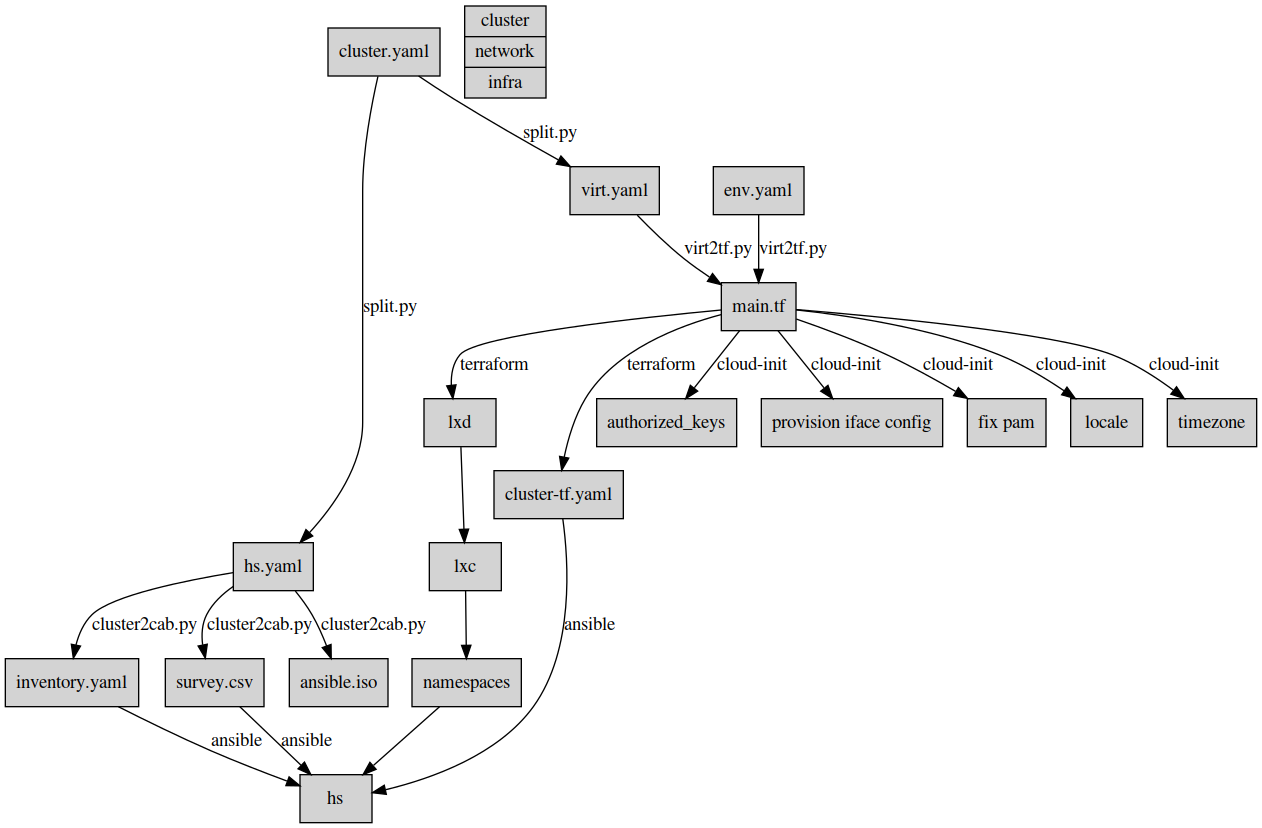
The Graphviz diagram cc.png in jmfrank63/cloudian-ansible-baremetal, before a commit. Its source is kept beside it as cc.dot.
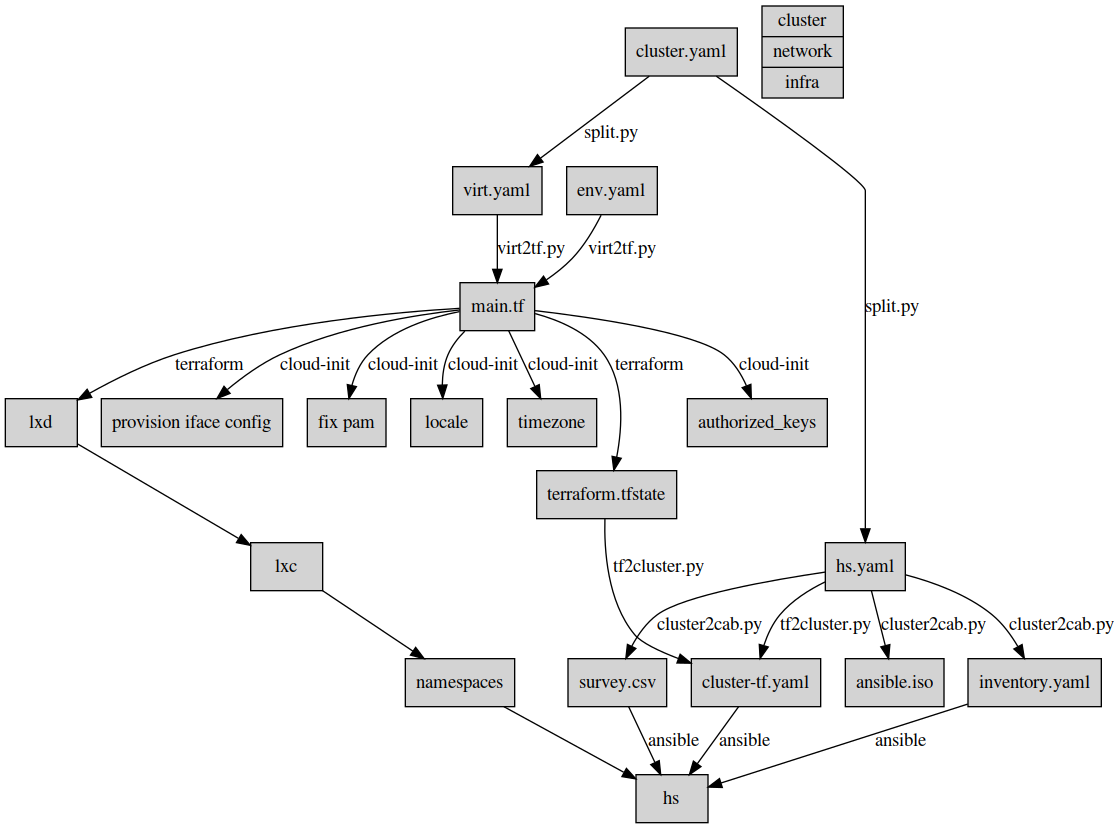
Above is the later version.

Diff of the diagram source:
```diff
@@ -7,7 +7,8 @@
     { "inventory.yaml" "survey.csv" } -> "hs" [ label = "ansible" ]
 
     { "virt.yaml" "env.yaml" } -> "main.tf" [ label = "virt2tf.py" ]
-    "main.tf" -> { "lxd" "cluster-tf.yaml" } [ label = "terraform" ]
+    "main.tf" -> { "lxd" "terraform.tfstate" } [ label = "terraform" ]
+    { "hs.yaml" "terraform.tfstate" } -> "cluster-tf.yaml" [ label = "tf2cluster.py" ]
     "main.tf" -> { "authorized_keys" "provision iface config" "fix pam" "locale" "timezone" } [ label = "cloud-init" ]
     "cluster-tf.yaml" -> "hs" [ label = "ansible" ]
     "lxd" -> "lxc"
```
